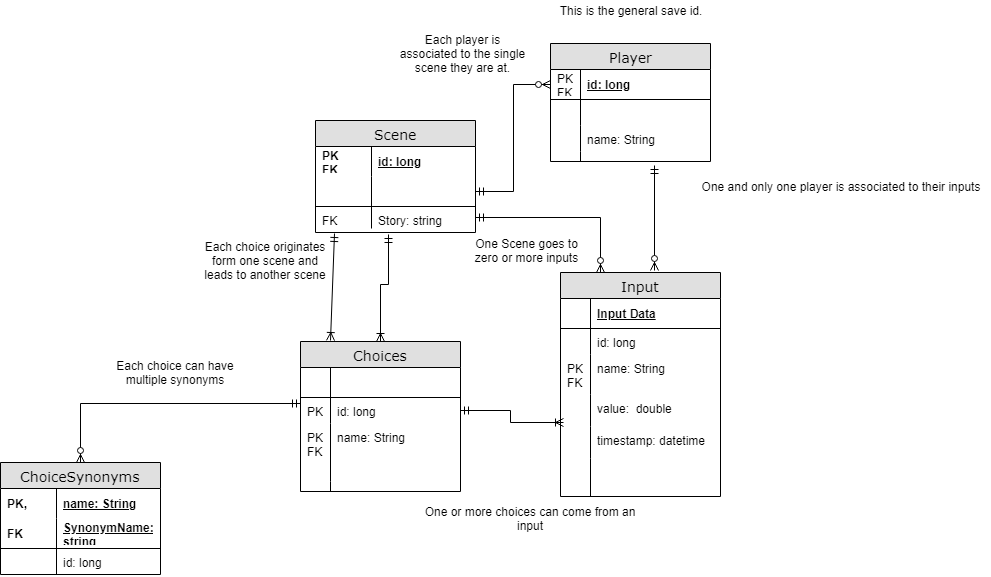
This is docs/EntityModel.png from balexander16/PictureQuest, a draw.io export, as it was before one commit. Source tidied: cells renumbered, new cells last; positions are measured from the earlier drawing's top-left corner, leaving out a move shared by most shapes.
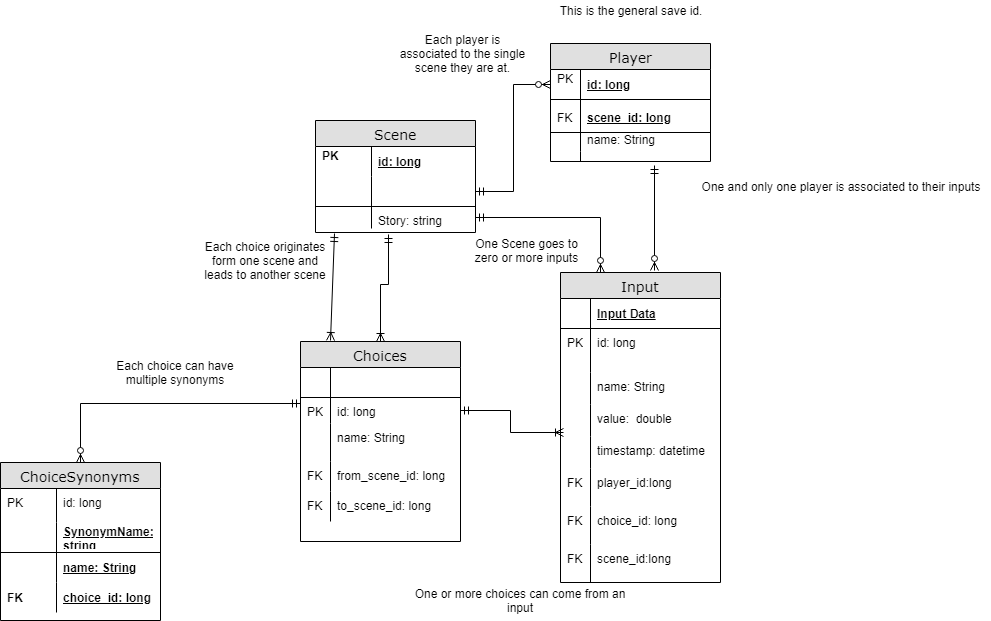
After the commit.

Change to the diagram source:
```diff
@@ -8,7 +8,7 @@
     <mxCell id="3" value="id: long" style="shape=partialRectangle;top=0;left=0;right=0;bottom=0;html=1;align=left;verticalAlign=middle;fillColor=none;spacingLeft=60;spacingRight=4;whiteSpace=wrap;overflow=hidden;fontStyle=5;" parent="2" vertex="1">
       <mxGeometry y="26" width="160" height="30" as="geometry" />
     </mxCell>
-    <mxCell id="4" value="PK&lt;br&gt;FK&lt;br&gt;" style="shape=partialRectangle;fontStyle=1;top=0;left=0;bottom=0;html=1;fillColor=none;align=left;verticalAlign=middle;spacingLeft=4;spacingRight=4;whiteSpace=wrap;overflow=hidden;" parent="3" vertex="1">
+    <mxCell id="4" value="PK&lt;br&gt;&lt;br&gt;" style="shape=partialRectangle;fontStyle=1;top=0;left=0;bottom=0;html=1;fillColor=none;align=left;verticalAlign=middle;spacingLeft=4;spacingRight=4;whiteSpace=wrap;overflow=hidden;" parent="3" vertex="1">
       <mxGeometry width="56" height="30" as="geometry" />
     </mxCell>
     <mxCell id="5" style="shape=partialRectangle;top=0;left=0;right=0;bottom=1;html=1;align=left;verticalAlign=middle;fillColor=none;spacingLeft=60;spacingRight=4;whiteSpace=wrap;overflow=hidden;points=[[0,0.5],[1,0.5]];portConstraint=eastwest;fontStyle=5;" parent="2" vertex="1">
@@ -20,7 +20,7 @@
     <mxCell id="7" value="Story: string" style="shape=partialRectangle;top=0;left=0;right=0;bottom=0;html=1;align=left;verticalAlign=top;fillColor=none;spacingLeft=60;spacingRight=4;whiteSpace=wrap;overflow=hidden;points=[[0,0.5],[1,0.5]];portConstraint=eastwest;" parent="2" vertex="1">
       <mxGeometry y="86" width="160" height="22" as="geometry" />
     </mxCell>
-    <mxCell id="8" value="FK" style="shape=partialRectangle;top=0;left=0;bottom=0;html=1;fillColor=none;align=left;verticalAlign=top;spacingLeft=4;spacingRight=4;whiteSpace=wrap;overflow=hidden;" parent="7" vertex="1">
+    <mxCell id="8" style="shape=partialRectangle;top=0;left=0;bottom=0;html=1;fillColor=none;align=left;verticalAlign=top;spacingLeft=4;spacingRight=4;whiteSpace=wrap;overflow=hidden;" parent="7" vertex="1">
       <mxGeometry width="56" height="22" as="geometry" />
     </mxCell>
     <mxCell id="9" value="Player" style="swimlane;html=1;fontStyle=0;horizontal=1;startSize=26;fillColor=#e0e0e0;swimlaneFillColor=#ffffff;align=center;rounded=0;shadow=0;comic=0;labelBackgroundColor=none;strokeColor=#000000;strokeWidth=1;fontFamily=Verdana;fontSize=14;fontColor=#000000;swimlaneLine=1;" parent="1" vertex="1">
@@ -29,7 +29,7 @@
     <mxCell id="10" value="id: long" style="shape=partialRectangle;top=0;left=0;right=0;bottom=1;html=1;align=left;verticalAlign=middle;fillColor=none;spacingLeft=34;spacingRight=4;whiteSpace=wrap;overflow=hidden;points=[[0,0.5],[1,0.5]];portConstraint=eastwest;fontStyle=5;" parent="9" vertex="1">
       <mxGeometry y="26" width="160" height="30" as="geometry" />
     </mxCell>
-    <mxCell id="11" value="PK&lt;br&gt;FK&lt;br&gt;" style="shape=partialRectangle;top=0;left=0;bottom=0;html=1;fillColor=none;align=left;verticalAlign=middle;spacingLeft=4;spacingRight=4;whiteSpace=wrap;overflow=hidden;" parent="10" vertex="1">
+    <mxCell id="11" value="PK&lt;br&gt;&lt;br&gt;" style="shape=partialRectangle;top=0;left=0;bottom=0;html=1;fillColor=none;align=left;verticalAlign=middle;spacingLeft=4;spacingRight=4;whiteSpace=wrap;overflow=hidden;" parent="10" vertex="1">
       <mxGeometry width="30" height="30" as="geometry" />
     </mxCell>
     <mxCell id="12" style="shape=partialRectangle;top=0;left=0;right=0;bottom=0;html=1;align=left;verticalAlign=top;fillColor=none;spacingLeft=34;spacingRight=4;whiteSpace=wrap;overflow=hidden;" parent="9" vertex="1">
@@ -51,7 +51,7 @@
       <mxGeometry width="30" height="10" as="geometry" />
     </mxCell>
     <mxCell id="18" value="Input" style="swimlane;html=1;fontStyle=0;horizontal=1;startSize=26;fillColor=#e0e0e0;swimlaneFillColor=#ffffff;align=center;rounded=0;shadow=0;comic=0;labelBackgroundColor=none;strokeColor=#000000;strokeWidth=1;fontFamily=Verdana;fontSize=14;fontColor=#000000;" parent="1" vertex="1">
-      <mxGeometry x="560" y="272" width="160" height="224" as="geometry" />
+      <mxGeometry x="560" y="272" width="160" height="310" as="geometry" />
     </mxCell>
     <mxCell id="19" value="Input Data" style="shape=partialRectangle;top=0;left=0;right=0;bottom=1;html=1;align=left;verticalAlign=middle;fillColor=none;spacingLeft=34;spacingRight=4;whiteSpace=wrap;overflow=hidden;fontStyle=5;" parent="18" vertex="1">
       <mxGeometry y="26" width="160" height="30" as="geometry" />
@@ -60,59 +60,77 @@
       <mxGeometry width="30" height="30" as="geometry" />
     </mxCell>
     <mxCell id="21" value="id: long" style="shape=partialRectangle;top=0;left=0;right=0;bottom=0;html=1;align=left;verticalAlign=top;fillColor=none;spacingLeft=34;spacingRight=4;whiteSpace=wrap;overflow=hidden;" parent="18" vertex="1">
-      <mxGeometry y="56" width="160" height="26" as="geometry" />
+      <mxGeometry y="56" width="160" height="44" as="geometry" />
     </mxCell>
-    <mxCell id="22" style="shape=partialRectangle;top=0;left=0;bottom=0;html=1;fillColor=none;align=left;verticalAlign=top;spacingLeft=4;spacingRight=4;whiteSpace=wrap;overflow=hidden;" parent="21" vertex="1">
-      <mxGeometry width="30" height="26" as="geometry" />
+    <mxCell id="22" value="PK&lt;br&gt;&lt;br&gt;" style="shape=partialRectangle;top=0;left=0;bottom=0;html=1;fillColor=none;align=left;verticalAlign=top;spacingLeft=4;spacingRight=4;whiteSpace=wrap;overflow=hidden;" parent="21" vertex="1">
+      <mxGeometry width="30" height="44" as="geometry" />
     </mxCell>
     <mxCell id="23" value="name: String" style="shape=partialRectangle;top=0;left=0;right=0;bottom=0;html=1;align=left;verticalAlign=top;fillColor=none;spacingLeft=34;spacingRight=4;whiteSpace=wrap;overflow=hidden;" parent="18" vertex="1">
-      <mxGeometry y="82" width="160" height="40" as="geometry" />
+      <mxGeometry y="100" width="160" height="32" as="geometry" />
     </mxCell>
-    <mxCell id="24" value="PK&lt;br&gt;FK&lt;br&gt;" style="shape=partialRectangle;top=0;left=0;bottom=0;html=1;fillColor=none;align=left;verticalAlign=top;spacingLeft=4;spacingRight=4;whiteSpace=wrap;overflow=hidden;" parent="23" vertex="1">
-      <mxGeometry width="30" height="40" as="geometry" />
+    <mxCell id="24" style="shape=partialRectangle;top=0;left=0;bottom=0;html=1;fillColor=none;align=left;verticalAlign=top;spacingLeft=4;spacingRight=4;whiteSpace=wrap;overflow=hidden;" parent="23" vertex="1">
+      <mxGeometry width="30" height="32" as="geometry" />
     </mxCell>
     <mxCell id="25" value="value:&amp;nbsp; double" style="shape=partialRectangle;top=0;left=0;right=0;bottom=0;html=1;align=left;verticalAlign=top;fillColor=none;spacingLeft=34;spacingRight=4;whiteSpace=wrap;overflow=hidden;" parent="18" vertex="1">
-      <mxGeometry y="122" width="160" height="32" as="geometry" />
+      <mxGeometry y="132" width="160" height="32" as="geometry" />
     </mxCell>
     <mxCell id="26" style="shape=partialRectangle;top=0;left=0;bottom=0;html=1;fillColor=none;align=left;verticalAlign=top;spacingLeft=4;spacingRight=4;whiteSpace=wrap;overflow=hidden;" parent="25" vertex="1">
       <mxGeometry width="30" height="32" as="geometry" />
     </mxCell>
     <mxCell id="27" value="timestamp: datetime" style="shape=partialRectangle;top=0;left=0;right=0;bottom=0;html=1;align=left;verticalAlign=top;fillColor=none;spacingLeft=34;spacingRight=4;whiteSpace=wrap;overflow=hidden;points=[[0,0.5],[1,0.5]];portConstraint=eastwest;" parent="18" vertex="1">
-      <mxGeometry y="154" width="160" height="32" as="geometry" />
+      <mxGeometry y="164" width="160" height="32" as="geometry" />
     </mxCell>
     <mxCell id="28" style="shape=partialRectangle;top=0;left=0;bottom=0;html=1;fillColor=none;align=left;verticalAlign=top;spacingLeft=4;spacingRight=4;whiteSpace=wrap;overflow=hidden;" parent="27" vertex="1">
       <mxGeometry width="30" height="32" as="geometry" />
     </mxCell>
+    <mxCell id="61" value="player_id:long" style="shape=partialRectangle;top=0;left=0;right=0;bottom=0;html=1;align=left;verticalAlign=top;fillColor=none;spacingLeft=34;spacingRight=4;whiteSpace=wrap;overflow=hidden;" parent="18" vertex="1">
+      <mxGeometry y="196" width="160" height="38" as="geometry" />
+    </mxCell>
+    <mxCell id="62" value="FK" style="shape=partialRectangle;top=0;left=0;bottom=0;html=1;fillColor=none;align=left;verticalAlign=top;spacingLeft=4;spacingRight=4;whiteSpace=wrap;overflow=hidden;" parent="61" vertex="1">
+      <mxGeometry width="30" height="38" as="geometry" />
+    </mxCell>
+    <mxCell id="63" value="choice_id: long" style="shape=partialRectangle;top=0;left=0;right=0;bottom=0;html=1;align=left;verticalAlign=top;fillColor=none;spacingLeft=34;spacingRight=4;whiteSpace=wrap;overflow=hidden;" parent="18" vertex="1">
+      <mxGeometry y="234" width="160" height="38" as="geometry" />
+    </mxCell>
+    <mxCell id="64" value="FK" style="shape=partialRectangle;top=0;left=0;bottom=0;html=1;fillColor=none;align=left;verticalAlign=top;spacingLeft=4;spacingRight=4;whiteSpace=wrap;overflow=hidden;" parent="63" vertex="1">
+      <mxGeometry width="30" height="38" as="geometry" />
+    </mxCell>
-    <mxCell id="29" style="shape=partialRectangle;top=0;left=0;right=0;bottom=0;html=1;align=left;verticalAlign=top;fillColor=none;spacingLeft=34;spacingRight=4;whiteSpace=wrap;overflow=hidden;" parent="18" vertex="1">
-      <mxGeometry y="186" width="160" height="38" as="geometry" />
+    <mxCell id="29" value="scene_id:long" style="shape=partialRectangle;top=0;left=0;right=0;bottom=0;html=1;align=left;verticalAlign=top;fillColor=none;spacingLeft=34;spacingRight=4;whiteSpace=wrap;overflow=hidden;" parent="18" vertex="1">
+      <mxGeometry y="272" width="160" height="38" as="geometry" />
     </mxCell>
-    <mxCell id="30" style="shape=partialRectangle;top=0;left=0;bottom=0;html=1;fillColor=none;align=left;verticalAlign=top;spacingLeft=4;spacingRight=4;whiteSpace=wrap;overflow=hidden;" parent="29" vertex="1">
+    <mxCell id="30" value="FK" style="shape=partialRectangle;top=0;left=0;bottom=0;html=1;fillColor=none;align=left;verticalAlign=top;spacingLeft=4;spacingRight=4;whiteSpace=wrap;overflow=hidden;" parent="29" vertex="1">
       <mxGeometry width="30" height="38" as="geometry" />
     </mxCell>
     <mxCell id="31" style="edgeStyle=orthogonalEdgeStyle;rounded=0;jettySize=auto;html=1;entryX=0.001;entryY=0.242;entryDx=0;entryDy=0;entryPerimeter=0;startArrow=ERzeroToMany;startFill=1;endArrow=ERmandOne;endFill=0;" parent="1" edge="1" source="32" target="43">
       <mxGeometry relative="1" as="geometry" />
     </mxCell>
     <mxCell id="32" value="ChoiceSynonyms" style="swimlane;html=1;fontStyle=0;horizontal=1;startSize=26;fillColor=#e0e0e0;swimlaneFillColor=#ffffff;align=center;rounded=0;shadow=0;comic=0;labelBackgroundColor=none;strokeColor=#000000;strokeWidth=1;fontFamily=Verdana;fontSize=14;fontColor=#000000;" parent="1" vertex="1">
-      <mxGeometry y="462" width="160" height="112" as="geometry" />
+      <mxGeometry y="462" width="160" height="158" as="geometry" />
     </mxCell>
+    <mxCell id="37" value="id: long" style="shape=partialRectangle;top=0;left=0;right=0;bottom=0;html=1;align=left;verticalAlign=top;fillColor=none;spacingLeft=60;spacingRight=4;whiteSpace=wrap;overflow=hidden;" parent="32" vertex="1">
+      <mxGeometry y="26" width="160" height="34" as="geometry" />
+    </mxCell>
+    <mxCell id="38" value="PK" style="shape=partialRectangle;top=0;left=0;bottom=0;html=1;fillColor=none;align=left;verticalAlign=top;spacingLeft=4;spacingRight=4;whiteSpace=wrap;overflow=hidden;" parent="37" vertex="1">
+      <mxGeometry width="56" height="34" as="geometry" />
+    </mxCell>
+    <mxCell id="35" value="SynonymName: string" style="shape=partialRectangle;top=0;left=0;right=0;bottom=1;html=1;align=left;verticalAlign=middle;fillColor=none;spacingLeft=60;spacingRight=4;whiteSpace=wrap;overflow=hidden;fontStyle=5;" parent="32" vertex="1">
+      <mxGeometry y="60" width="160" height="30" as="geometry" />
+    </mxCell>
+    <mxCell id="65" style="shape=partialRectangle;fontStyle=1;top=0;left=0;bottom=0;html=1;fillColor=none;align=left;verticalAlign=middle;spacingLeft=4;spacingRight=4;whiteSpace=wrap;overflow=hidden;" parent="35" vertex="1">
+      <mxGeometry width="56" height="30" as="geometry" />
+    </mxCell>
     <mxCell id="33" value="name: String" style="shape=partialRectangle;top=0;left=0;right=0;bottom=0;html=1;align=left;verticalAlign=middle;fillColor=none;spacingLeft=60;spacingRight=4;whiteSpace=wrap;overflow=hidden;fontStyle=5;" parent="32" vertex="1">
-      <mxGeometry y="26" width="160" height="30" as="geometry" />
+      <mxGeometry y="90" width="160" height="30" as="geometry" />
     </mxCell>
-    <mxCell id="34" value="PK," style="shape=partialRectangle;fontStyle=1;top=0;left=0;bottom=0;html=1;fillColor=none;align=left;verticalAlign=middle;spacingLeft=4;spacingRight=4;whiteSpace=wrap;overflow=hidden;" parent="33" vertex="1">
+    <mxCell id="34" style="shape=partialRectangle;fontStyle=1;top=0;left=0;bottom=0;html=1;fillColor=none;align=left;verticalAlign=middle;spacingLeft=4;spacingRight=4;whiteSpace=wrap;overflow=hidden;" parent="33" vertex="1">
       <mxGeometry width="56" height="30" as="geometry" />
     </mxCell>
-    <mxCell id="35" value="SynonymName: string" style="shape=partialRectangle;top=0;left=0;right=0;bottom=1;html=1;align=left;verticalAlign=middle;fillColor=none;spacingLeft=60;spacingRight=4;whiteSpace=wrap;overflow=hidden;fontStyle=5;" parent="32" vertex="1">
-      <mxGeometry y="56" width="160" height="30" as="geometry" />
-    </mxCell>
+    <mxCell id="66" value="choice_id: long" style="shape=partialRectangle;top=0;left=0;right=0;bottom=0;html=1;align=left;verticalAlign=middle;fillColor=none;spacingLeft=60;spacingRight=4;whiteSpace=wrap;overflow=hidden;fontStyle=5;" parent="32" vertex="1">
+      <mxGeometry y="120" width="160" height="30" as="geometry" />
+    </mxCell>
-    <mxCell id="36" value="FK" style="shape=partialRectangle;fontStyle=1;top=0;left=0;bottom=0;html=1;fillColor=none;align=left;verticalAlign=middle;spacingLeft=4;spacingRight=4;whiteSpace=wrap;overflow=hidden;" parent="35" vertex="1">
+    <mxCell id="36" value="FK" style="shape=partialRectangle;fontStyle=1;top=0;left=0;bottom=0;html=1;fillColor=none;align=left;verticalAlign=middle;spacingLeft=4;spacingRight=4;whiteSpace=wrap;overflow=hidden;" parent="66" vertex="1">
       <mxGeometry width="56" height="30" as="geometry" />
     </mxCell>
-    <mxCell id="37" value="id: long" style="shape=partialRectangle;top=0;left=0;right=0;bottom=0;html=1;align=left;verticalAlign=top;fillColor=none;spacingLeft=60;spacingRight=4;whiteSpace=wrap;overflow=hidden;" parent="32" vertex="1">
-      <mxGeometry y="86" width="160" height="26" as="geometry" />
-    </mxCell>
-    <mxCell id="38" style="shape=partialRectangle;top=0;left=0;bottom=0;html=1;fillColor=none;align=left;verticalAlign=top;spacingLeft=4;spacingRight=4;whiteSpace=wrap;overflow=hidden;" parent="37" vertex="1">
-      <mxGeometry width="56" height="26" as="geometry" />
-    </mxCell>
     <mxCell id="39" style="edgeStyle=orthogonalEdgeStyle;rounded=0;jettySize=auto;html=1;entryX=0.459;entryY=1.267;entryDx=0;entryDy=0;entryPerimeter=0;startArrow=ERoneToMany;startFill=0;endArrow=ERmandOne;endFill=0;" parent="1" edge="1" source="40" target="7">
       <mxGeometry relative="1" as="geometry">
         <Array as="points">
@@ -122,7 +140,7 @@
       </mxGeometry>
     </mxCell>
     <mxCell id="40" value="Choices" style="swimlane;html=1;fontStyle=0;horizontal=1;startSize=26;fillColor=#e0e0e0;swimlaneFillColor=#ffffff;align=center;rounded=0;shadow=0;comic=0;labelBackgroundColor=none;strokeColor=#000000;strokeWidth=1;fontFamily=Verdana;fontSize=14;fontColor=#000000;" parent="1" vertex="1">
-      <mxGeometry x="300" y="341" width="160" height="150" as="geometry" />
+      <mxGeometry x="300" y="341" width="160" height="200" as="geometry" />
     </mxCell>
     <mxCell id="41" style="shape=partialRectangle;top=0;left=0;right=0;bottom=1;html=1;align=left;verticalAlign=middle;fillColor=none;spacingLeft=34;spacingRight=4;whiteSpace=wrap;overflow=hidden;fontStyle=5;" parent="40" vertex="1">
       <mxGeometry y="26" width="160" height="30" as="geometry" />
@@ -137,17 +155,23 @@
       <mxGeometry width="30" height="26" as="geometry" />
     </mxCell>
     <mxCell id="45" value="name: String" style="shape=partialRectangle;top=0;left=0;right=0;bottom=0;html=1;align=left;verticalAlign=top;fillColor=none;spacingLeft=34;spacingRight=4;whiteSpace=wrap;overflow=hidden;" parent="40" vertex="1">
-      <mxGeometry y="82" width="160" height="58" as="geometry" />
+      <mxGeometry y="82" width="160" height="38" as="geometry" />
     </mxCell>
-    <mxCell id="46" value="PK&lt;br&gt;FK&lt;br&gt;" style="shape=partialRectangle;top=0;left=0;bottom=0;html=1;fillColor=none;align=left;verticalAlign=top;spacingLeft=4;spacingRight=4;whiteSpace=wrap;overflow=hidden;" parent="45" vertex="1">
-      <mxGeometry width="30" height="58" as="geometry" />
+    <mxCell id="46" style="shape=partialRectangle;top=0;left=0;bottom=0;html=1;fillColor=none;align=left;verticalAlign=top;spacingLeft=4;spacingRight=4;whiteSpace=wrap;overflow=hidden;" parent="45" vertex="1">
+      <mxGeometry width="30" height="38" as="geometry" />
     </mxCell>
-    <mxCell id="47" style="shape=partialRectangle;top=0;left=0;right=0;bottom=0;html=1;align=left;verticalAlign=top;fillColor=none;spacingLeft=34;spacingRight=4;whiteSpace=wrap;overflow=hidden;" parent="40" vertex="1">
-      <mxGeometry y="140" width="160" height="10" as="geometry" />
-    </mxCell>
-    <mxCell id="48" style="shape=partialRectangle;top=0;left=0;bottom=0;html=1;fillColor=none;align=left;verticalAlign=top;spacingLeft=4;spacingRight=4;whiteSpace=wrap;overflow=hidden;" parent="47" vertex="1">
-      <mxGeometry width="30" height="10" as="geometry" />
-    </mxCell>
+    <mxCell id="67" value="from_scene_id: long" style="shape=partialRectangle;top=0;left=0;right=0;bottom=0;html=1;align=left;verticalAlign=top;fillColor=none;spacingLeft=34;spacingRight=4;whiteSpace=wrap;overflow=hidden;" parent="40" vertex="1">
+      <mxGeometry y="120" width="160" height="30" as="geometry" />
+    </mxCell>
+    <mxCell id="68" value="FK" style="shape=partialRectangle;top=0;left=0;bottom=0;html=1;fillColor=none;align=left;verticalAlign=top;spacingLeft=4;spacingRight=4;whiteSpace=wrap;overflow=hidden;" parent="67" vertex="1">
+      <mxGeometry width="30" height="30" as="geometry" />
+    </mxCell>
+    <mxCell id="69" value="to_scene_id: long" style="shape=partialRectangle;top=0;left=0;right=0;bottom=0;html=1;align=left;verticalAlign=top;fillColor=none;spacingLeft=34;spacingRight=4;whiteSpace=wrap;overflow=hidden;" parent="40" vertex="1">
+      <mxGeometry y="150" width="160" height="30" as="geometry" />
+    </mxCell>
+    <mxCell id="70" value="FK" style="shape=partialRectangle;top=0;left=0;bottom=0;html=1;fillColor=none;align=left;verticalAlign=top;spacingLeft=4;spacingRight=4;whiteSpace=wrap;overflow=hidden;" parent="69" vertex="1">
+      <mxGeometry width="30" height="30" as="geometry" />
+    </mxCell>
     <mxCell id="49" value="This is the general save id." style="text;html=1;strokeColor=none;fillColor=none;align=center;verticalAlign=middle;whiteSpace=wrap;rounded=0;" parent="1" vertex="1">
       <mxGeometry x="550" width="160" height="20" as="geometry" />
     </mxCell>
@@ -186,7 +210,13 @@
       <mxGeometry x="463" y="240" width="127" height="20" as="geometry" />
     </mxCell>
     <mxCell id="60" value="One or more choices can come from an input" style="text;html=1;strokeColor=none;fillColor=none;align=center;verticalAlign=middle;whiteSpace=wrap;rounded=0;" parent="1" vertex="1">
-      <mxGeometry x="420" y="508" width="220" height="20" as="geometry" />
+      <mxGeometry x="410" y="590" width="220" height="20" as="geometry" />
     </mxCell>
+    <mxCell id="71" value="scene_id: long" style="shape=partialRectangle;top=0;left=0;right=0;bottom=1;html=1;align=left;verticalAlign=middle;fillColor=none;spacingLeft=34;spacingRight=4;whiteSpace=wrap;overflow=hidden;fontStyle=5;" parent="1" vertex="1">
+      <mxGeometry x="550" y="102" width="160" height="30" as="geometry" />
+    </mxCell>
+    <mxCell id="72" value="FK&lt;br&gt;" style="shape=partialRectangle;top=0;left=0;bottom=0;html=1;fillColor=none;align=left;verticalAlign=middle;spacingLeft=4;spacingRight=4;whiteSpace=wrap;overflow=hidden;" parent="71" vertex="1">
+      <mxGeometry width="30" height="30" as="geometry" />
+    </mxCell>
   </root>
 </mxGraphModel>
```
